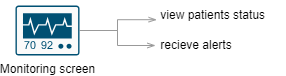
Earlier version of the draw.io export images/actor-monitoring-screen.drawio.png (formalizator/Ctrl-Arch-Elite). Source tidied: cells renumbered, new cells last; positions are measured from the earlier drawing's top-left corner, leaving out a move shared by most shapes.
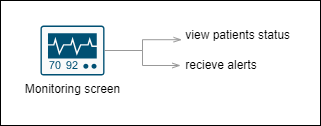
The same file after the commit.

What changed in the source:
```diff
@@ -2,6 +2,9 @@
   <root>
     <mxCell id="0" />
     <mxCell id="1" parent="0" />
+    <mxCell id="7" style="rounded=0;whiteSpace=wrap;html=1;" parent="1" vertex="1">
+      <mxGeometry x="-40" y="-20" width="320" height="125" as="geometry" />
+    </mxCell>
     <mxCell id="2" value="&amp;nbsp;view patients status&amp;nbsp;" style="text;html=1;align=left;verticalAlign=middle;points=[];strokeColor=none;fillColor=none;" parent="1" vertex="1">
       <mxGeometry x="140" width="130" height="30" as="geometry" />
     </mxCell>
```
